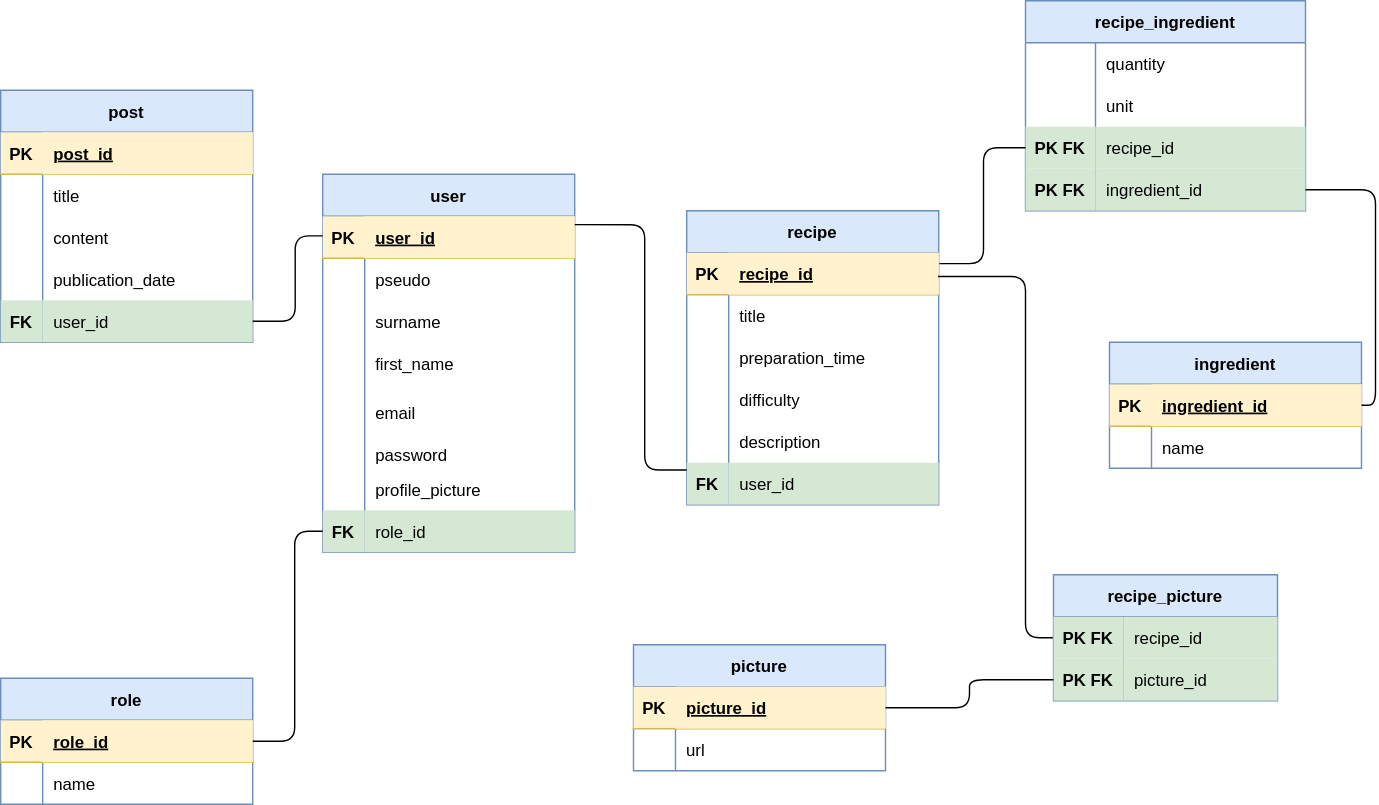
TigerSnowy/le_reseau_des_gourmets keeps this draw.io diagram as code/server/merise/MLD_le_reseau_des_gourmets.drawio.svg. Above is the earlier version. Source tidied: cells renumbered, new cells last; positions are measured from the earlier drawing's top-left corner, leaving out a move shared by most shapes.
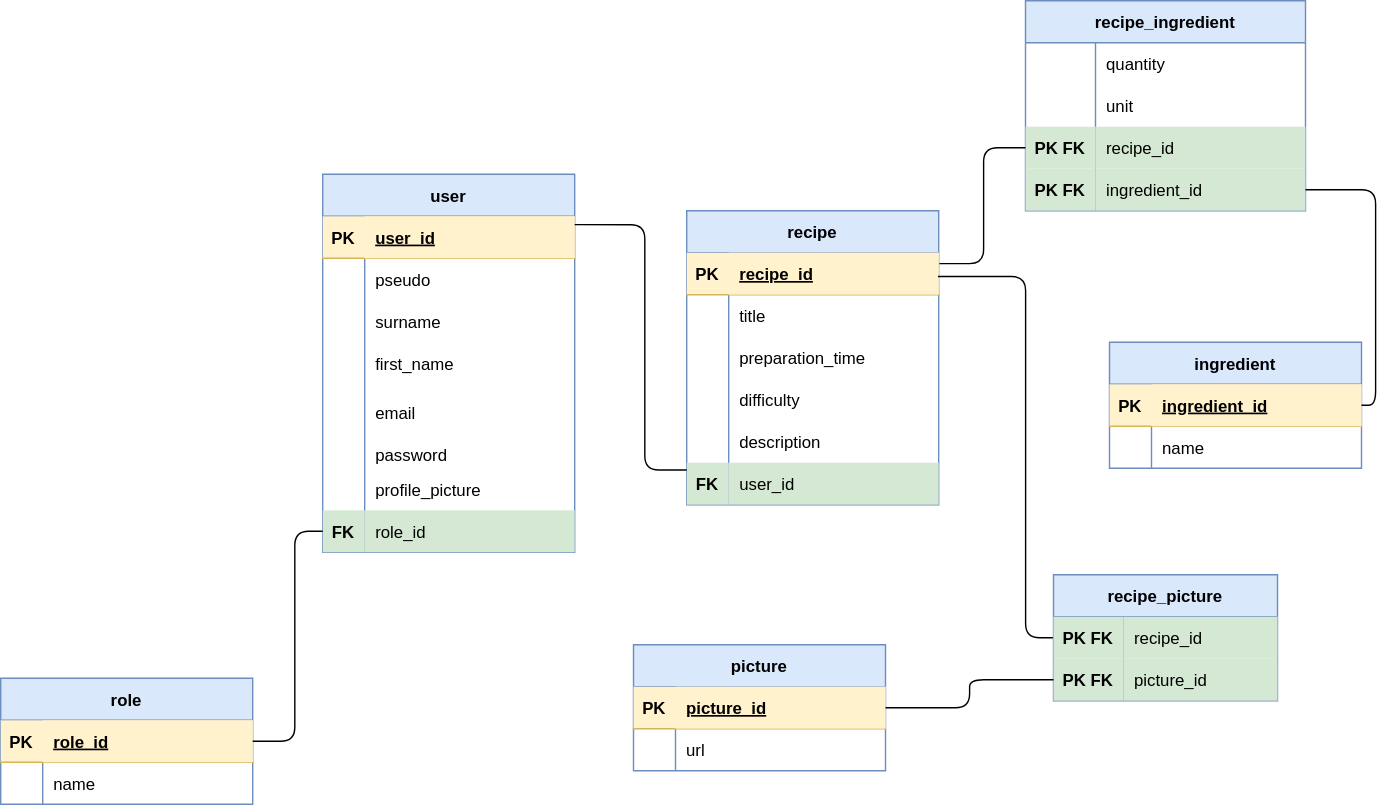
After the commit.

Change to the diagram source:
```diff
@@ -134,54 +134,6 @@
     <mxCell id="45" value="user_id" style="shape=partialRectangle;fillColor=#d5e8d4;top=0;left=0;bottom=0;right=0;align=left;spacingLeft=6;overflow=hidden;strokeColor=#82b366;" parent="43" vertex="1">
       <mxGeometry x="30" width="150" height="30" as="geometry" />
     </mxCell>
-    <mxCell id="46" value="post" style="shape=table;startSize=30;rowLines=0;fontStyle=1;align=center;swimlaneFillColor=default;fillColor=#dae8fc;strokeColor=#6c8ebf;" parent="1" vertex="1">
-      <mxGeometry y="64" width="180" height="180" as="geometry" />
-    </mxCell>
-    <mxCell id="47" style="shape=tableRow;horizontal=0;startSize=0;swimlaneHead=0;swimlaneBody=0;fillColor=#fff2cc;top=0;left=0;right=0;bottom=1;strokeColor=#d6b656;" parent="46" vertex="1">
-      <mxGeometry y="30" width="180" height="30" as="geometry" />
-    </mxCell>
-    <mxCell id="48" value="PK" style="shape=partialRectangle;fillColor=none;top=0;left=0;bottom=0;right=0;fontStyle=1;overflow=hidden;" parent="47" vertex="1">
-      <mxGeometry width="30" height="30" as="geometry" />
-    </mxCell>
-    <mxCell id="49" value="post_id" style="shape=partialRectangle;fillColor=#fff2cc;top=0;left=0;bottom=0;right=0;align=left;spacingLeft=6;fontStyle=5;overflow=hidden;strokeColor=#d6b656;" parent="47" vertex="1">
-      <mxGeometry x="30" width="150" height="30" as="geometry" />
-    </mxCell>
-    <mxCell id="50" style="shape=tableRow;horizontal=0;startSize=0;swimlaneHead=0;swimlaneBody=0;fillColor=none;top=0;left=0;right=0;bottom=0;" parent="46" vertex="1">
-      <mxGeometry y="60" width="180" height="30" as="geometry" />
-    </mxCell>
-    <mxCell id="51" style="shape=partialRectangle;fillColor=none;top=0;left=0;bottom=0;right=0;overflow=hidden;" parent="50" vertex="1">
-      <mxGeometry width="30" height="30" as="geometry" />
-    </mxCell>
-    <mxCell id="52" value="title" style="shape=partialRectangle;fillColor=none;top=0;left=0;bottom=0;right=0;align=left;spacingLeft=6;overflow=hidden;" parent="50" vertex="1">
-      <mxGeometry x="30" width="150" height="30" as="geometry" />
-    </mxCell>
-    <mxCell id="53" style="shape=tableRow;horizontal=0;startSize=0;swimlaneHead=0;swimlaneBody=0;fillColor=none;top=0;left=0;right=0;bottom=0;" parent="46" vertex="1">
-      <mxGeometry y="90" width="180" height="30" as="geometry" />
-    </mxCell>
-    <mxCell id="54" style="shape=partialRectangle;fillColor=none;top=0;left=0;bottom=0;right=0;overflow=hidden;" parent="53" vertex="1">
-      <mxGeometry width="30" height="30" as="geometry" />
-    </mxCell>
-    <mxCell id="55" value="content" style="shape=partialRectangle;fillColor=none;top=0;left=0;bottom=0;right=0;align=left;spacingLeft=6;overflow=hidden;" parent="53" vertex="1">
-      <mxGeometry x="30" width="150" height="30" as="geometry" />
-    </mxCell>
-    <mxCell id="56" style="shape=tableRow;horizontal=0;startSize=0;swimlaneHead=0;swimlaneBody=0;fillColor=none;top=0;left=0;right=0;bottom=0;" parent="46" vertex="1">
-      <mxGeometry y="120" width="180" height="30" as="geometry" />
-    </mxCell>
-    <mxCell id="57" style="shape=partialRectangle;fillColor=none;top=0;left=0;bottom=0;right=0;overflow=hidden;" parent="56" vertex="1">
-      <mxGeometry width="30" height="30" as="geometry" />
-    </mxCell>
-    <mxCell id="58" value="publication_date" style="shape=partialRectangle;fillColor=none;top=0;left=0;bottom=0;right=0;align=left;spacingLeft=6;overflow=hidden;" parent="56" vertex="1">
-      <mxGeometry x="30" width="150" height="30" as="geometry" />
-    </mxCell>
-    <mxCell id="59" style="shape=tableRow;horizontal=0;startSize=0;swimlaneHead=0;swimlaneBody=0;fillColor=none;points=[[0,0.5],[1,0.5]];portConstraint=eastwest;top=0;left=0;right=0;bottom=0;" parent="46" vertex="1">
-      <mxGeometry y="150" width="180" height="30" as="geometry" />
-    </mxCell>
-    <mxCell id="60" value="FK" style="shape=partialRectangle;fillColor=#d5e8d4;top=0;left=0;bottom=0;right=0;overflow=hidden;strokeColor=#82b366;fontStyle=1;" parent="59" vertex="1">
-      <mxGeometry width="30" height="30" as="geometry" />
-    </mxCell>
-    <mxCell id="61" value="user_id" style="shape=partialRectangle;fillColor=#d5e8d4;top=0;left=0;bottom=0;right=0;align=left;spacingLeft=6;overflow=hidden;strokeColor=#82b366;" parent="59" vertex="1">
-      <mxGeometry x="30" width="150" height="30" as="geometry" />
-    </mxCell>
     <mxCell id="62" style="edgeStyle=orthogonalEdgeStyle;html=1;entryX=0;entryY=0.5;entryDx=0;entryDy=0;endArrow=none;endFill=0;exitX=1;exitY=0.199;exitDx=0;exitDy=0;exitPerimeter=0;" parent="1" edge="1" source="3">
       <mxGeometry relative="1" as="geometry">
         <mxPoint x="490" y="335.2" as="targetPoint" />
@@ -191,17 +143,6 @@
         </Array>
       </mxGeometry>
     </mxCell>
-    <mxCell id="63" style="edgeStyle=elbowEdgeStyle;html=1;endArrow=none;endFill=0;exitX=0;exitY=0.5;exitDx=0;exitDy=0;entryX=1;entryY=0.5;entryDx=0;entryDy=0;" parent="1" edge="1" target="59">
-      <mxGeometry relative="1" as="geometry">
-        <mxPoint x="230" y="168" as="sourcePoint" />
-        <Array as="points">
-          <mxPoint x="210.4" y="271.3" />
-          <mxPoint x="220.4" y="373.3" />
-          <mxPoint x="250.4" y="347.3" />
-          <mxPoint x="240.4" y="469.3" />
-        </Array>
-      </mxGeometry>
-    </mxCell>
     <mxCell id="64" value="role" style="shape=table;startSize=30;rowLines=0;fontStyle=1;align=center;swimlaneFillColor=default;fillColor=#dae8fc;strokeColor=#6c8ebf;" parent="1" vertex="1">
       <mxGeometry y="484" width="180" height="90" as="geometry" />
     </mxCell>
```
